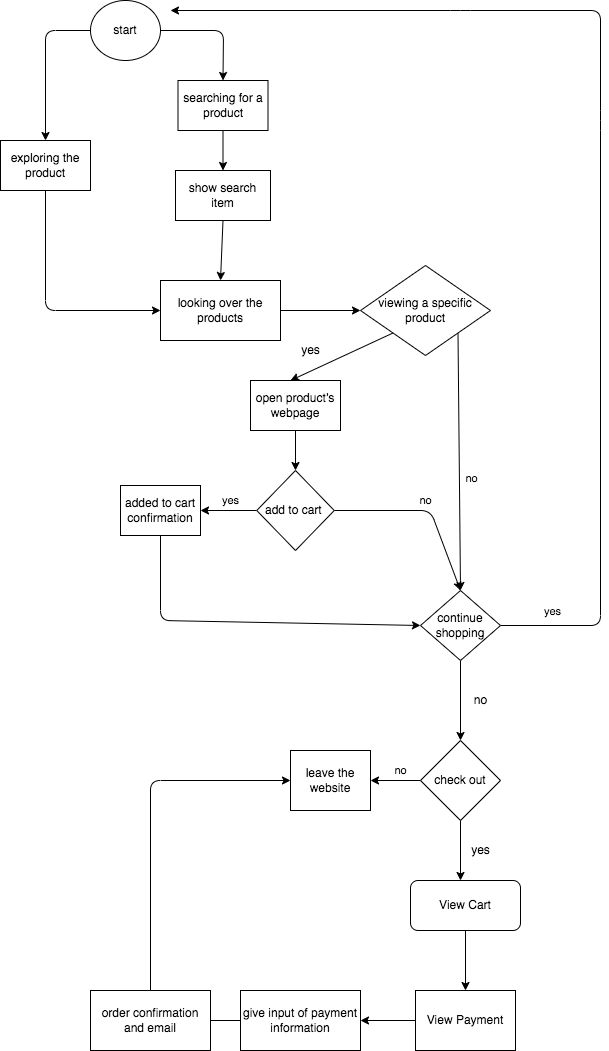
YGnina/fa22-cse110-lab4 keeps this draw.io diagram as explore/diagramming/diagram.drawio.png. Above is the earlier version. Source tidied: cells renumbered, new cells last; positions are measured from the earlier drawing's top-left corner, leaving out a move shared by most shapes.
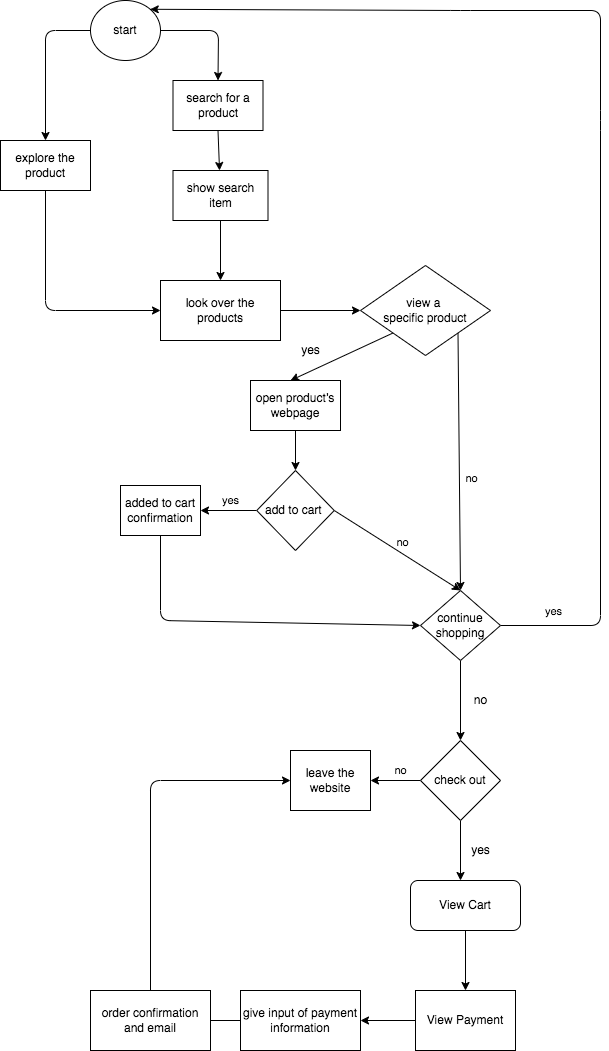
After the change.

Commit message:
little change on arrow

What changed in the source:
```diff
@@ -20,15 +20,15 @@
     <mxCell id="5" style="endArrow=classic;html=1;exitX=1;exitY=0.5;exitDx=0;exitDy=0;entryX=0.5;entryY=0;entryDx=0;entryDy=0;" parent="1" edge="1" source="3" target="7">
       <mxGeometry relative="1" as="geometry">
         <Array as="points">
-          <mxPoint x="223" y="30" />
+          <mxPoint x="218" y="30" />
         </Array>
       </mxGeometry>
     </mxCell>
     <mxCell id="6" style="edgeStyle=none;html=1;exitX=0.5;exitY=1;exitDx=0;exitDy=0;" parent="1" edge="1" source="7" target="11">
       <mxGeometry relative="1" as="geometry" />
     </mxCell>
-    <mxCell id="7" value="searching for a product" style="rounded=0;whiteSpace=wrap;html=1;" parent="1" vertex="1">
-      <mxGeometry x="177.5" y="80" width="90" height="50" as="geometry" />
+    <mxCell id="7" value="search for a product" style="rounded=0;whiteSpace=wrap;html=1;" parent="1" vertex="1">
+      <mxGeometry x="172.5" y="80" width="90" height="50" as="geometry" />
     </mxCell>
     <mxCell id="8" style="edgeStyle=none;html=1;exitX=0.5;exitY=1;exitDx=0;exitDy=0;" parent="1" edge="1" source="9" target="13">
       <mxGeometry relative="1" as="geometry">
@@ -37,19 +37,19 @@
         </Array>
       </mxGeometry>
     </mxCell>
-    <mxCell id="9" value="&lt;span&gt;exploring the product&lt;/span&gt;" style="rounded=0;whiteSpace=wrap;html=1;" parent="1" vertex="1">
+    <mxCell id="9" value="&lt;span&gt;explore the product&lt;/span&gt;" style="rounded=0;whiteSpace=wrap;html=1;" parent="1" vertex="1">
       <mxGeometry y="140" width="90" height="50" as="geometry" />
     </mxCell>
     <mxCell id="10" style="edgeStyle=none;html=1;exitX=0.5;exitY=1;exitDx=0;exitDy=0;entryX=0.5;entryY=0;entryDx=0;entryDy=0;" parent="1" edge="1" source="11" target="13">
       <mxGeometry relative="1" as="geometry" />
     </mxCell>
     <mxCell id="11" value="show search item" style="rounded=0;whiteSpace=wrap;html=1;" parent="1" vertex="1">
-      <mxGeometry x="175" y="170" width="95" height="50" as="geometry" />
+      <mxGeometry x="172.5" y="170" width="95" height="50" as="geometry" />
     </mxCell>
     <mxCell id="12" style="edgeStyle=none;html=1;exitX=1;exitY=0.5;exitDx=0;exitDy=0;" parent="1" edge="1" source="13" target="17">
       <mxGeometry relative="1" as="geometry" />
     </mxCell>
-    <mxCell id="13" value="looking over the products" style="rounded=0;whiteSpace=wrap;html=1;" parent="1" vertex="1">
+    <mxCell id="13" value="look over the products" style="rounded=0;whiteSpace=wrap;html=1;" parent="1" vertex="1">
       <mxGeometry x="160" y="280" width="120" height="60" as="geometry" />
     </mxCell>
     <mxCell id="14" style="edgeStyle=none;html=1;exitX=0;exitY=1;exitDx=0;exitDy=0;" parent="1" edge="1" source="17">
@@ -65,7 +65,7 @@
         <mxPoint x="13" y="-13" as="offset" />
       </mxGeometry>
     </mxCell>
-    <mxCell id="17" value="viewing a specific product" style="rhombus;whiteSpace=wrap;html=1;" parent="1" vertex="1">
+    <mxCell id="17" value="view a &lt;br&gt;specific product" style="rhombus;whiteSpace=wrap;html=1;" parent="1" vertex="1">
       <mxGeometry x="360" y="265" width="130" height="90" as="geometry" />
     </mxCell>
     <mxCell id="18" value="yes&lt;br&gt;" style="text;html=1;align=center;verticalAlign=middle;strokeColor=none;fillColor=none;" parent="1" vertex="1">
@@ -77,9 +77,8 @@
     <mxCell id="20" value="open product’s webpage" style="rounded=0;whiteSpace=wrap;html=1;" parent="1" vertex="1">
       <mxGeometry x="250" y="380" width="90" height="50" as="geometry" />
     </mxCell>
-    <mxCell id="21" style="edgeStyle=none;html=1;exitX=1;exitY=0.5;exitDx=0;exitDy=0;" parent="1" edge="1" source="24">
+    <mxCell id="21" style="edgeStyle=none;html=1;exitX=1;exitY=0.5;exitDx=0;exitDy=0;entryX=1;entryY=0;entryDx=0;entryDy=0;" parent="1" edge="1" source="24" target="3">
       <mxGeometry relative="1" as="geometry">
-        <mxPoint x="170" y="10" as="targetPoint" />
         <Array as="points">
           <mxPoint x="600" y="625" />
           <mxPoint x="600" y="120" />
@@ -105,11 +104,7 @@
       </mxGeometry>
     </mxCell>
     <mxCell id="26" value="no" style="edgeStyle=none;html=1;exitX=1;exitY=0.5;exitDx=0;exitDy=0;entryX=0.5;entryY=0;entryDx=0;entryDy=0;" parent="1" edge="1" source="27" target="24">
-      <mxGeometry y="10" relative="1" as="geometry">
-        <Array as="points">
-          <mxPoint x="430" y="510" />
-        </Array>
-      </mxGeometry>
+      <mxGeometry y="10" relative="1" as="geometry" />
     </mxCell>
     <mxCell id="27" value="add to cart&amp;nbsp;" style="rhombus;whiteSpace=wrap;html=1;" parent="1" vertex="1">
       <mxGeometry x="256.2" y="470" width="77.5" height="80" as="geometry" />
```
